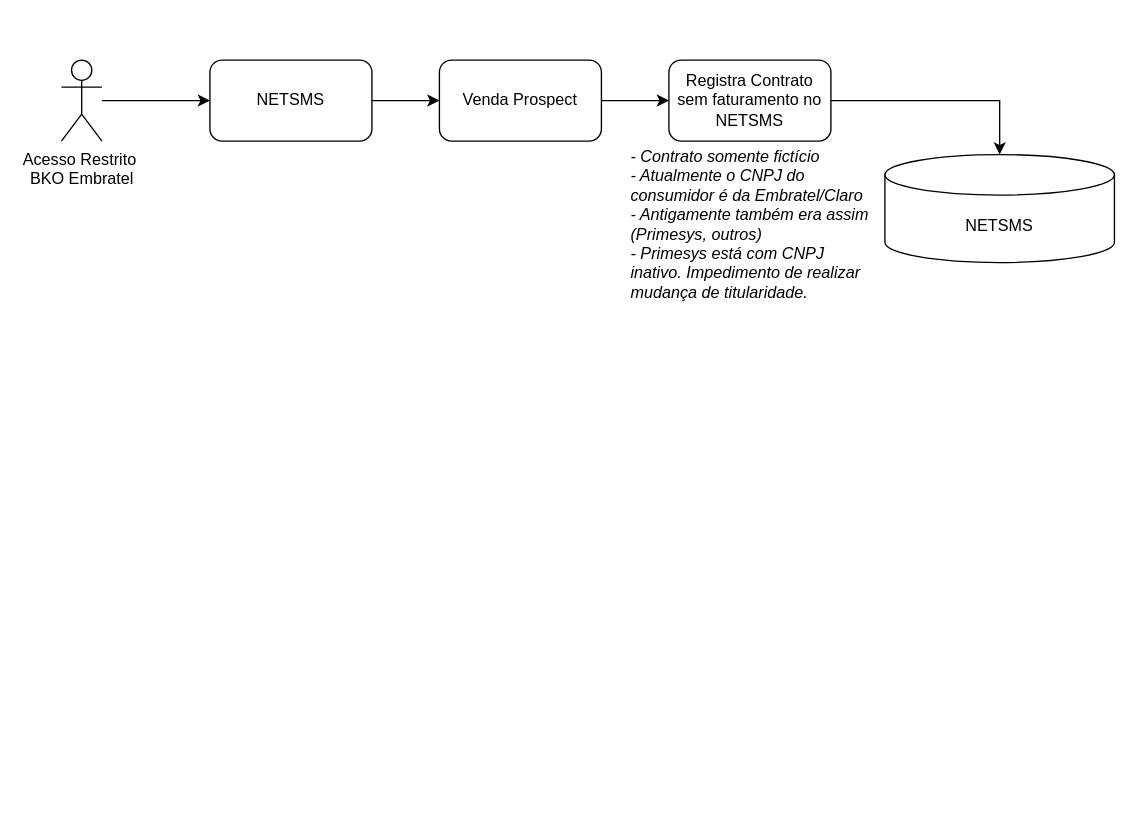
samirali/ClaroBrasil keeps this draw.io diagram as Alteração CNPJ PRIMESYS - BSoD NETSMS.drawio. Above is the earlier version. Source tidied: cells renumbered, new cells numbered last; positions are measured from the earlier drawing's top-left corner, leaving out a move shared by most shapes. Both pictures are drawn from the tidied source at 135%, with x=0, y=0 at pixel (61, 59).
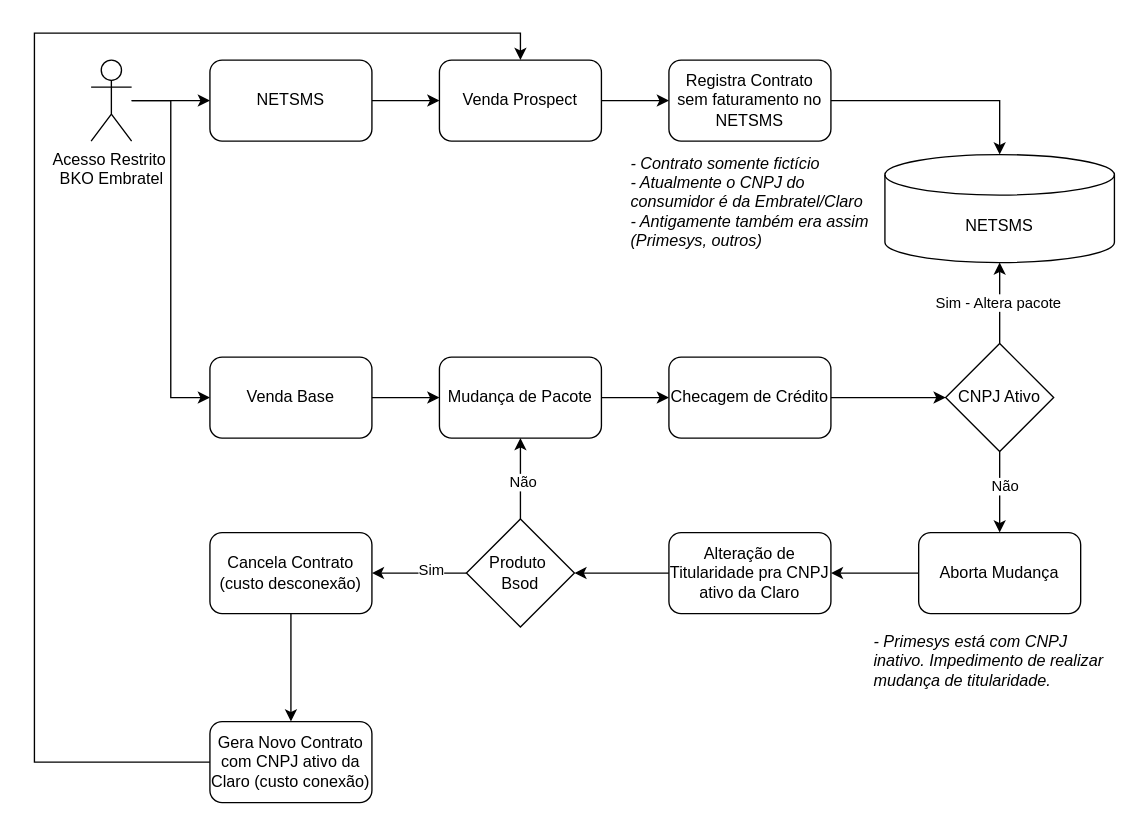
The same diagram, later.

The change refers to these unchanged cells:
```xml
<mxCell id="8" value="NETSMS" style="shape=cylinder3;whiteSpace=wrap;html=1;boundedLbl=1;backgroundOutline=1;size=15;" parent="1" vertex="1">
  <mxGeometry x="610" y="70" width="170" height="80" as="geometry" />
</mxCell>
<mxCell id="11" value="Venda Prospect" style="rounded=1;whiteSpace=wrap;html=1;" parent="1" vertex="1">
  <mxGeometry x="280" width="120" height="60" as="geometry" />
</mxCell>
```

The edit, as a diff of the source:
```diff
@@
+    <mxCell id="12" style="edgeStyle=orthogonalEdgeStyle;rounded=0;jettySize=auto;html=1;entryX=0;entryY=0.5;entryDx=0;entryDy=0;" parent="1" edge="1" source="5" target="14">
+      <mxGeometry relative="1" as="geometry" />
+    </mxCell>
     <mxCell id="5" value="Acesso Restrito&amp;nbsp;&lt;div&gt;BKO Embratel&lt;/div&gt;" style="shape=umlActor;verticalLabelPosition=bottom;verticalAlign=top;html=1;outlineConnect=0;" parent="1" vertex="1">
-      <mxGeometry width="30" height="60" as="geometry" />
+      <mxGeometry x="22" width="30" height="60" as="geometry" />
     </mxCell>
@@
-    <mxCell id="7" value="- Contrato somente fictício&lt;div&gt;- Atualmente o CNPJ do consumidor é da Embratel/Claro&lt;/div&gt;&lt;div&gt;- Antigamente também era assim (Primesys, outros)&lt;/div&gt;&lt;div&gt;- Primesys está com CNPJ inativo. Impedimento de realizar mudança de titularidade.&lt;/div&gt;" style="text;html=1;align=left;verticalAlign=middle;whiteSpace=wrap;rounded=0;fontStyle=2;" parent="1" vertex="1">
-      <mxGeometry x="420" y="57" width="180" height="130" as="geometry" />
+    <mxCell id="7" value="- Contrato somente fictício&lt;div&gt;- Atualmente o CNPJ do consumidor é da Embratel/Claro&lt;/div&gt;&lt;div&gt;- Antigamente também era assim (Primesys, outros)&lt;/div&gt;" style="text;html=1;align=left;verticalAlign=middle;whiteSpace=wrap;rounded=0;fontStyle=2;" parent="1" vertex="1">
+      <mxGeometry x="420" y="40" width="180" height="130" as="geometry" />
     </mxCell>
@@
+    <mxCell id="13" style="edgeStyle=orthogonalEdgeStyle;rounded=0;jettySize=auto;html=1;" parent="1" edge="1" source="14" target="16">
+      <mxGeometry relative="1" as="geometry" />
+    </mxCell>
+    <mxCell id="14" value="Venda Base" style="rounded=1;whiteSpace=wrap;html=1;" parent="1" vertex="1">
+      <mxGeometry x="110" y="220" width="120" height="60" as="geometry" />
+    </mxCell>
+    <mxCell id="15" style="edgeStyle=orthogonalEdgeStyle;rounded=0;jettySize=auto;html=1;entryX=0;entryY=0.5;entryDx=0;entryDy=0;" parent="1" edge="1" source="16" target="18">
+      <mxGeometry relative="1" as="geometry" />
+    </mxCell>
+    <mxCell id="16" value="Mudança de Pacote" style="whiteSpace=wrap;html=1;rounded=1;" parent="1" vertex="1">
+      <mxGeometry x="280" y="220" width="120" height="60" as="geometry" />
+    </mxCell>
+    <mxCell id="17" style="edgeStyle=orthogonalEdgeStyle;rounded=0;jettySize=auto;html=1;entryX=0;entryY=0.5;entryDx=0;entryDy=0;" parent="1" edge="1" source="18" target="23">
+      <mxGeometry relative="1" as="geometry" />
+    </mxCell>
+    <mxCell id="18" value="Checagem de Crédito" style="whiteSpace=wrap;html=1;rounded=1;" parent="1" vertex="1">
+      <mxGeometry x="450" y="220" width="120" height="60" as="geometry" />
+    </mxCell>
+    <mxCell id="19" style="edgeStyle=orthogonalEdgeStyle;rounded=0;jettySize=auto;html=1;" parent="1" edge="1" source="23" target="8">
+      <mxGeometry relative="1" as="geometry" />
+    </mxCell>
+    <mxCell id="20" value="Sim - Altera pacote" style="edgeLabel;html=1;align=center;verticalAlign=middle;" parent="19" vertex="1">
+      <mxGeometry x="0.04" y="2" relative="1" as="geometry" />
+    </mxCell>
+    <mxCell id="21" style="edgeStyle=orthogonalEdgeStyle;rounded=0;jettySize=auto;html=1;entryX=0.5;entryY=0;entryDx=0;entryDy=0;" parent="1" edge="1" source="23" target="25">
+      <mxGeometry relative="1" as="geometry" />
+    </mxCell>
+    <mxCell id="22" value="Não" style="edgeLabel;html=1;align=center;verticalAlign=middle;" parent="21" vertex="1">
+      <mxGeometry x="-0.17" y="3" relative="1" as="geometry" />
+    </mxCell>
+    <mxCell id="23" value="CNPJ Ativo" style="rhombus;whiteSpace=wrap;html=1;" parent="1" vertex="1">
+      <mxGeometry x="655" y="210" width="80" height="80" as="geometry" />
+    </mxCell>
+    <mxCell id="24" style="edgeStyle=orthogonalEdgeStyle;rounded=0;jettySize=auto;html=1;" parent="1" edge="1" source="25" target="28">
+      <mxGeometry relative="1" as="geometry" />
+    </mxCell>
+    <mxCell id="25" value="Aborta Mudança" style="rounded=1;whiteSpace=wrap;html=1;" parent="1" vertex="1">
+      <mxGeometry x="635" y="350" width="120" height="60" as="geometry" />
+    </mxCell>
+    <mxCell id="26" value="&lt;div&gt;- Primesys está com CNPJ inativo. Impedimento de realizar mudança de titularidade.&lt;/div&gt;" style="text;html=1;align=left;verticalAlign=middle;whiteSpace=wrap;rounded=0;fontStyle=2;" parent="1" vertex="1">
+      <mxGeometry x="600" y="420" width="180" height="50" as="geometry" />
+    </mxCell>
+    <mxCell id="27" style="edgeStyle=orthogonalEdgeStyle;rounded=0;jettySize=auto;html=1;entryX=1;entryY=0.5;entryDx=0;entryDy=0;" parent="1" edge="1" source="28" target="33">
+      <mxGeometry relative="1" as="geometry" />
+    </mxCell>
+    <mxCell id="28" value="Alteração de Titularidade pra CNPJ ativo da Claro" style="whiteSpace=wrap;html=1;rounded=1;" parent="1" vertex="1">
+      <mxGeometry x="450" y="350" width="120" height="60" as="geometry" />
+    </mxCell>
+    <mxCell id="29" style="edgeStyle=orthogonalEdgeStyle;rounded=0;jettySize=auto;html=1;entryX=0.5;entryY=1;entryDx=0;entryDy=0;" parent="1" edge="1" source="33" target="16">
+      <mxGeometry relative="1" as="geometry">
+        <Array as="points">
+          <mxPoint x="340" y="310" />
+          <mxPoint x="340" y="310" />
+        </Array>
+      </mxGeometry>
+    </mxCell>
+    <mxCell id="30" value="Não" style="edgeLabel;html=1;align=center;verticalAlign=middle;" parent="29" vertex="1">
+      <mxGeometry x="-0.06" y="-1" relative="1" as="geometry" />
+    </mxCell>
+    <mxCell id="31" style="edgeStyle=orthogonalEdgeStyle;rounded=0;jettySize=auto;html=1;entryX=1;entryY=0.5;entryDx=0;entryDy=0;" parent="1" edge="1" source="33" target="35">
+      <mxGeometry relative="1" as="geometry" />
+    </mxCell>
+    <mxCell id="32" value="Sim" style="edgeLabel;html=1;align=center;verticalAlign=middle;" parent="31" vertex="1">
+      <mxGeometry x="-0.22" y="-3" relative="1" as="geometry" />
+    </mxCell>
+    <mxCell id="33" value="Produto&amp;nbsp;&lt;div&gt;Bsod&lt;/div&gt;" style="rhombus;whiteSpace=wrap;html=1;" parent="1" vertex="1">
+      <mxGeometry x="300" y="340" width="80" height="80" as="geometry" />
+    </mxCell>
+    <mxCell id="34" style="edgeStyle=orthogonalEdgeStyle;rounded=0;jettySize=auto;html=1;" parent="1" edge="1" source="35" target="37">
+      <mxGeometry relative="1" as="geometry" />
+    </mxCell>
+    <mxCell id="35" value="Cancela Contrato (custo desconexão)" style="rounded=1;whiteSpace=wrap;html=1;" parent="1" vertex="1">
+      <mxGeometry x="110" y="350" width="120" height="60" as="geometry" />
+    </mxCell>
+    <mxCell id="36" style="edgeStyle=orthogonalEdgeStyle;rounded=0;jettySize=auto;html=1;entryX=0.5;entryY=0;entryDx=0;entryDy=0;" parent="1" edge="1" source="37" target="11">
+      <mxGeometry relative="1" as="geometry">
+        <Array as="points">
+          <mxPoint x="-20" y="520" />
+          <mxPoint x="-20" y="-20" />
+          <mxPoint x="340" y="-20" />
+        </Array>
+      </mxGeometry>
+    </mxCell>
+    <mxCell id="37" value="Gera Novo Contrato com CNPJ a&lt;span style=&quot;background-color: transparent; color: light-dark(rgb(0, 0, 0), rgb(255, 255, 255));&quot;&gt;tivo da Claro (custo conexão)&lt;/span&gt;" style="whiteSpace=wrap;html=1;rounded=1;" parent="1" vertex="1">
+      <mxGeometry x="110" y="490" width="120" height="60" as="geometry" />
+    </mxCell>
```
